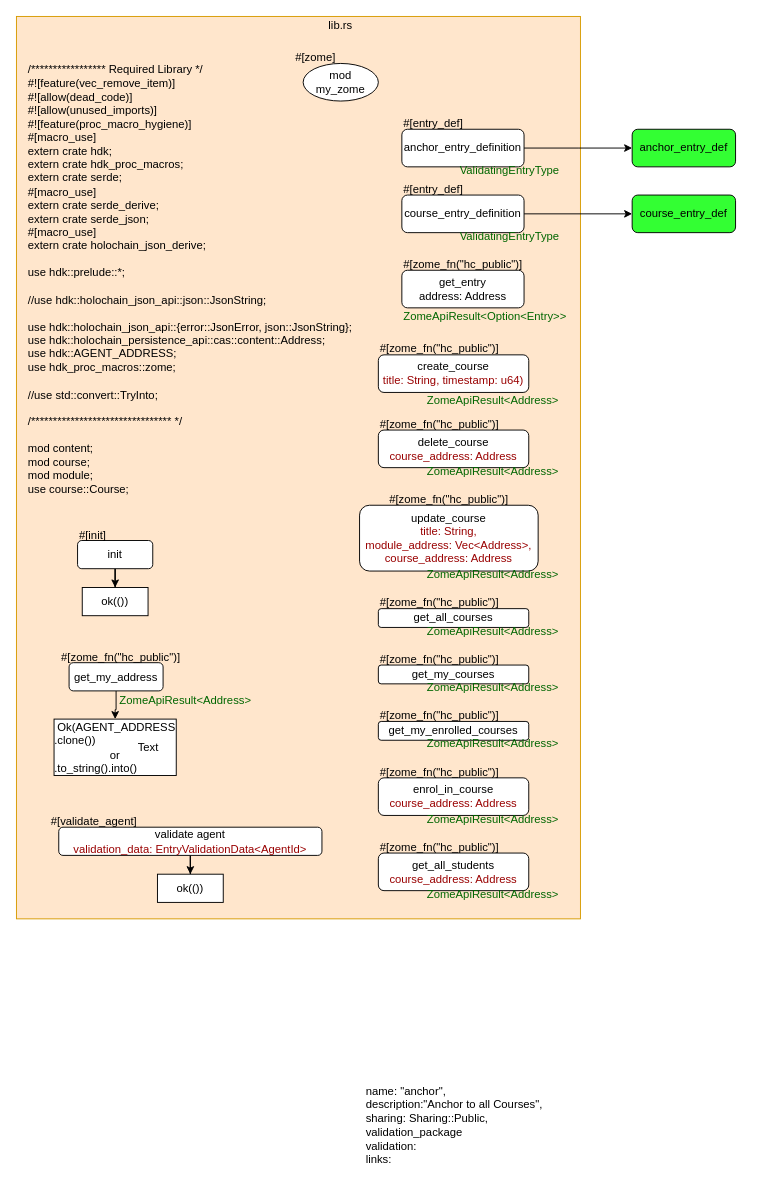
This is page "lib.rs" (1 of 8) of Untitled Diagram.drawio from sdelvalle57/hUdemy, a draw.io file, before an edit. Source tidied: cells renumbered, new cells numbered last; positions are measured from the earlier drawing's top-left corner, leaving out a move shared by most shapes. Both pictures are drawn from the tidied source at 94%, with x=0, y=0 at pixel (16, 16).
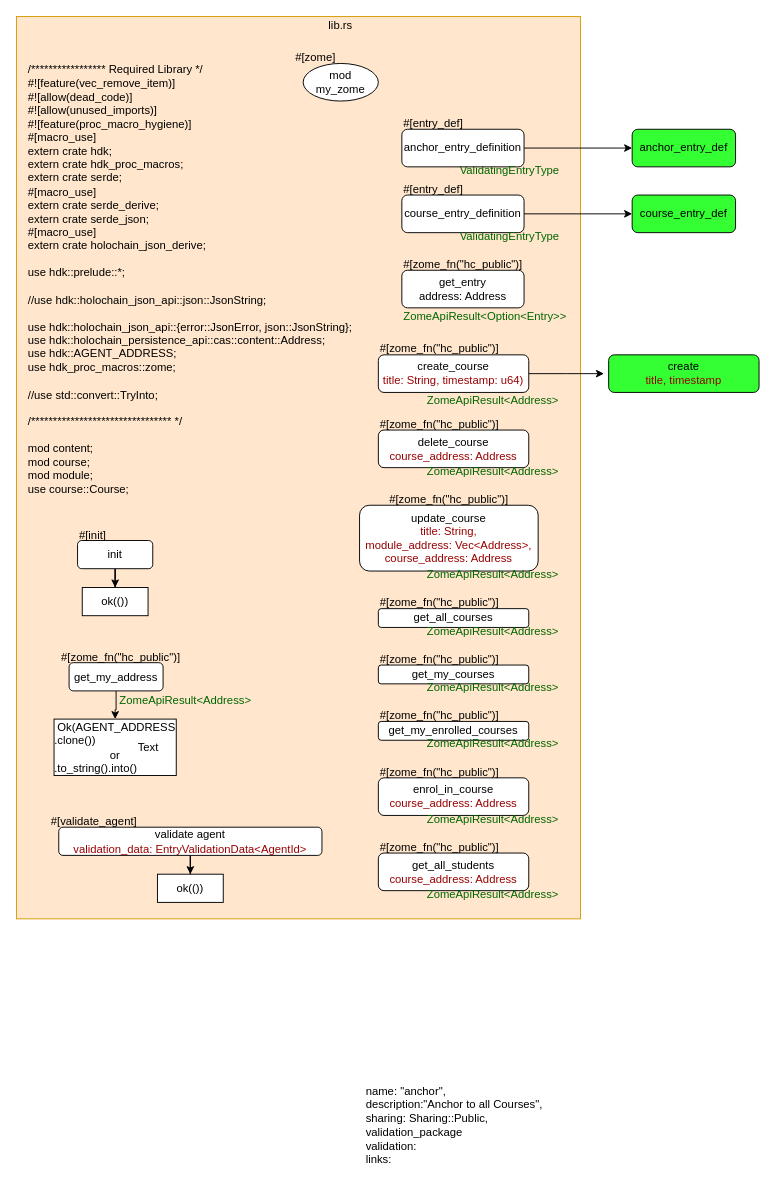
The same diagram, later.

Unchanged cells that the change refers to:
```xml
<mxCell id="24" value="&lt;div&gt;create_course&lt;/div&gt;&lt;div&gt;&lt;font color=&quot;#990000&quot;&gt;title: String, timestamp: u64)&lt;/font&gt;&lt;br&gt;&lt;/div&gt;" style="rounded=1;whiteSpace=wrap;html=1;" parent="1" vertex="1">
  <mxGeometry x="385" y="360" width="160" height="40" as="geometry" />
</mxCell>
```

Diff of the diagram source:
```diff
@@
+    <mxCell id="59" style="edgeStyle=orthogonalEdgeStyle;rounded=0;jettySize=auto;html=1;" parent="1" edge="1" source="24">
+      <mxGeometry relative="1" as="geometry">
+        <mxPoint x="625" y="380" as="targetPoint" />
+      </mxGeometry>
+    </mxCell>
@@
+    <mxCell id="60" value="create&lt;br&gt;&lt;font color=&quot;#990000&quot;&gt;title, timestamp&lt;br&gt;&lt;/font&gt;" style="rounded=1;whiteSpace=wrap;html=1;fillColor=#33FF33;" parent="1" vertex="1">
+      <mxGeometry x="630" y="360" width="160" height="40" as="geometry" />
+    </mxCell>
```
